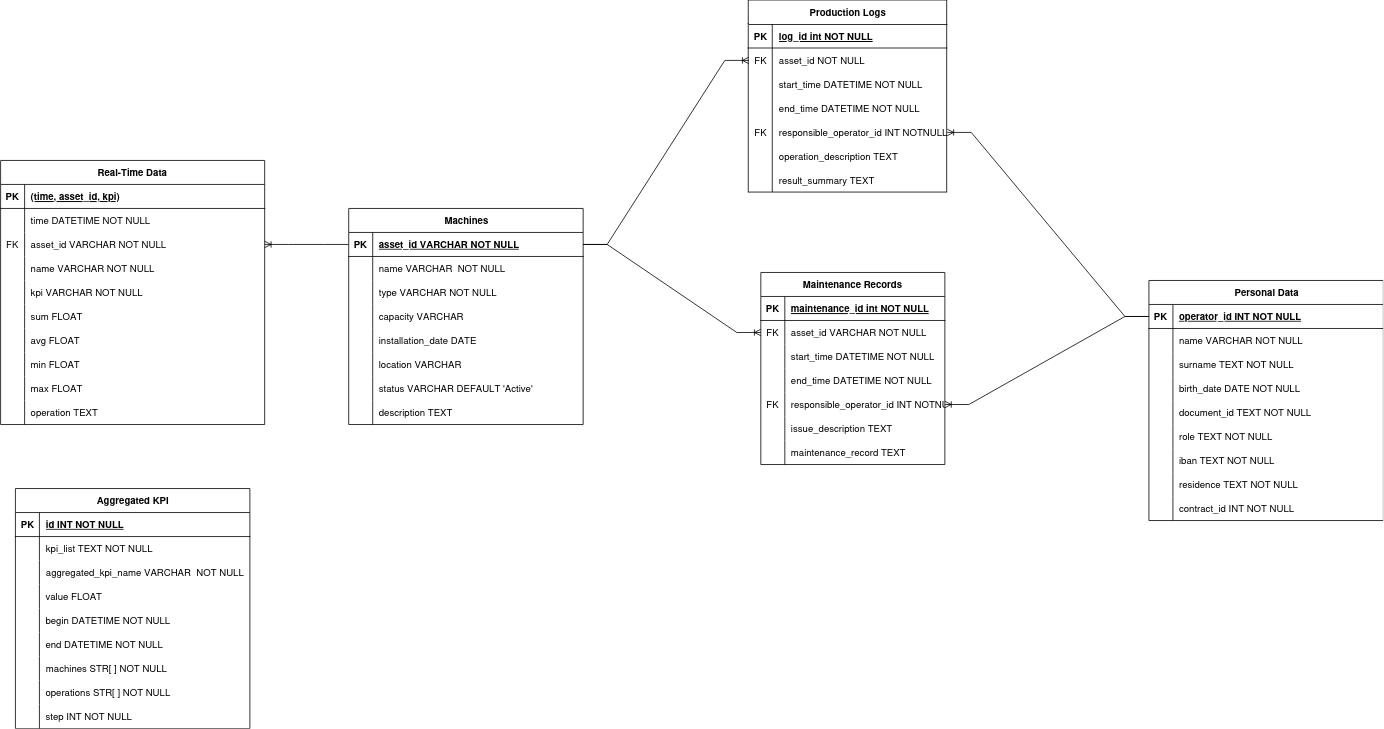
The draw.io diagram images/er_schema.png in M4rinz/MyFork-smart-industrial-database, before a commit. Source tidied: cells renumbered, new cells last; positions are measured from the earlier drawing's top-left corner, leaving out a move shared by most shapes.
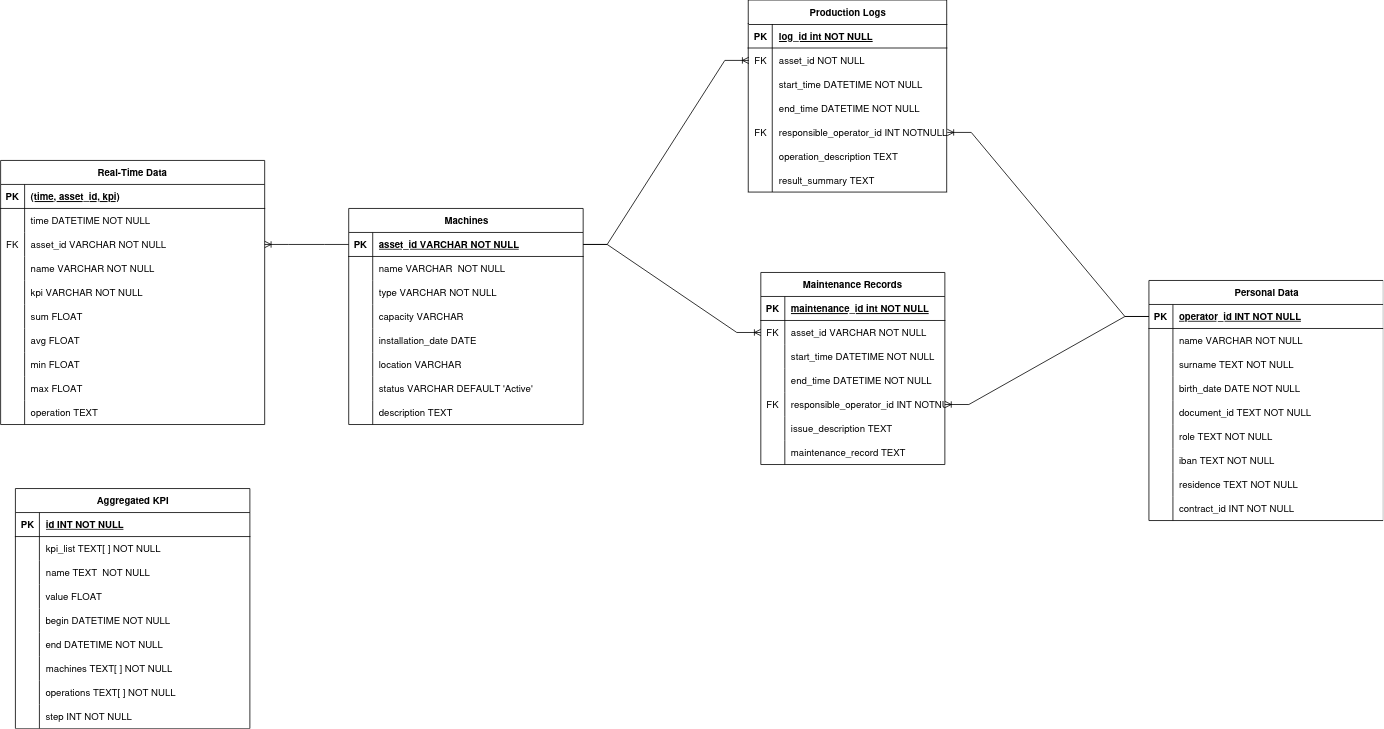
Above is the later version.

Diff of the diagram source:
```diff
@@ -236,7 +236,7 @@
     <mxCell id="79" style="shape=partialRectangle;fillColor=none;top=0;left=0;bottom=0;right=0;overflow=hidden;whiteSpace=wrap;html=1;" parent="78" vertex="1">
       <mxGeometry width="30" height="30" as="geometry" />
     </mxCell>
-    <mxCell id="80" value="kpi_list TEXT NOT NULL" style="shape=partialRectangle;fillColor=none;top=0;left=0;bottom=0;right=0;align=left;spacingLeft=6;overflow=hidden;whiteSpace=wrap;html=1;" parent="78" vertex="1">
+    <mxCell id="80" value="kpi_list TEXT[ ] NOT NULL" style="shape=partialRectangle;fillColor=none;top=0;left=0;bottom=0;right=0;align=left;spacingLeft=6;overflow=hidden;whiteSpace=wrap;html=1;" parent="78" vertex="1">
       <mxGeometry x="30" width="263" height="30" as="geometry" />
     </mxCell>
     <mxCell id="81" style="shape=tableRow;horizontal=0;startSize=0;swimlaneHead=0;swimlaneBody=0;fillColor=none;top=0;left=0;right=0;bottom=0;" parent="74" vertex="1">
@@ -245,7 +245,7 @@
     <mxCell id="82" style="shape=partialRectangle;fillColor=none;top=0;left=0;bottom=0;right=0;overflow=hidden;whiteSpace=wrap;html=1;" parent="81" vertex="1">
       <mxGeometry width="30" height="30" as="geometry" />
     </mxCell>
-    <mxCell id="83" value="aggregated_kpi_name VARCHAR&amp;nbsp; NOT NULL" style="shape=partialRectangle;fillColor=none;top=0;left=0;bottom=0;right=0;align=left;spacingLeft=6;overflow=hidden;whiteSpace=wrap;html=1;" parent="81" vertex="1">
+    <mxCell id="83" value="name TEXT&amp;nbsp; NOT NULL" style="shape=partialRectangle;fillColor=none;top=0;left=0;bottom=0;right=0;align=left;spacingLeft=6;overflow=hidden;whiteSpace=wrap;html=1;" parent="81" vertex="1">
       <mxGeometry x="30" width="263" height="30" as="geometry" />
     </mxCell>
     <mxCell id="84" style="shape=tableRow;horizontal=0;startSize=0;swimlaneHead=0;swimlaneBody=0;fillColor=none;top=0;left=0;right=0;bottom=0;" parent="74" vertex="1">
@@ -281,7 +281,7 @@
     <mxCell id="94" style="shape=partialRectangle;fillColor=none;top=0;left=0;bottom=0;right=0;fontStyle=0;overflow=hidden;whiteSpace=wrap;html=1;" parent="93" vertex="1">
       <mxGeometry width="30" height="30" as="geometry" />
     </mxCell>
-    <mxCell id="95" value="machines STR[ ] NOT NULL" style="shape=partialRectangle;fillColor=none;top=0;left=0;bottom=0;right=0;align=left;spacingLeft=6;fontStyle=0;overflow=hidden;whiteSpace=wrap;html=1;" parent="93" vertex="1">
+    <mxCell id="95" value="machines TEXT[ ] NOT NULL" style="shape=partialRectangle;fillColor=none;top=0;left=0;bottom=0;right=0;align=left;spacingLeft=6;fontStyle=0;overflow=hidden;whiteSpace=wrap;html=1;" parent="93" vertex="1">
       <mxGeometry x="30" width="263" height="30" as="geometry" />
     </mxCell>
     <mxCell id="96" style="shape=tableRow;horizontal=0;startSize=0;swimlaneHead=0;swimlaneBody=0;fillColor=none;top=0;left=0;right=0;bottom=0;" parent="74" vertex="1">
@@ -290,7 +290,7 @@
     <mxCell id="97" style="shape=partialRectangle;fillColor=none;top=0;left=0;bottom=0;right=0;overflow=hidden;" parent="96" vertex="1">
       <mxGeometry width="30" height="30" as="geometry" />
     </mxCell>
-    <mxCell id="98" value="operations STR[ ] NOT NULL" style="shape=partialRectangle;fillColor=none;top=0;left=0;bottom=0;right=0;align=left;spacingLeft=6;overflow=hidden;" parent="96" vertex="1">
+    <mxCell id="98" value="operations TEXT[ ] NOT NULL" style="shape=partialRectangle;fillColor=none;top=0;left=0;bottom=0;right=0;align=left;spacingLeft=6;overflow=hidden;" parent="96" vertex="1">
       <mxGeometry x="30" width="263" height="30" as="geometry" />
     </mxCell>
     <mxCell id="99" style="shape=tableRow;horizontal=0;startSize=0;swimlaneHead=0;swimlaneBody=0;fillColor=none;top=0;left=0;right=0;bottom=0;" parent="74" vertex="1">
```
